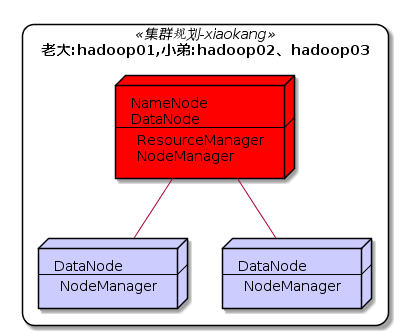
This is docs/BigData/Hadoop/cluster.png from xiaokangxxs/notebook, a PlantUML export, as it was before one commit.
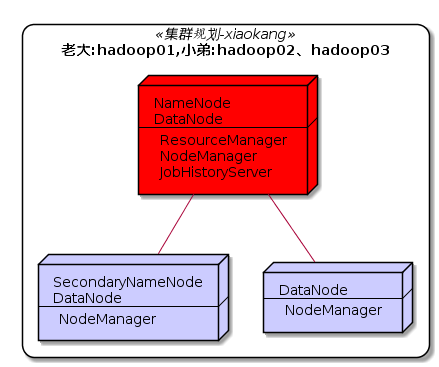
After the commit.

What changed in the source:
```diff
@@ -10,8 +10,10 @@
 ----
 ResourceManager
 NodeManager
+JobHistoryServer
 ]
 node hadoop02 #CCCCFF [
+SecondaryNameNode
 DataNode
 ----
 NodeManager
```
